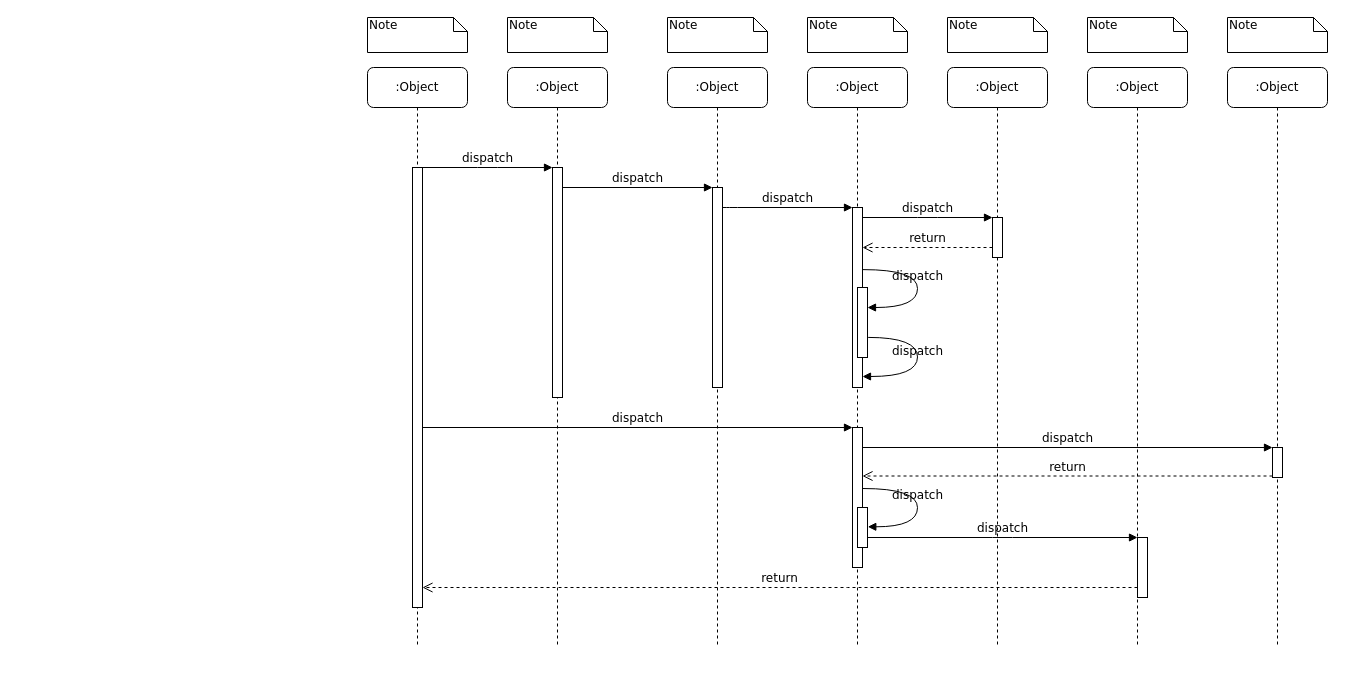
luxiao/drawio keeps this draw.io diagram as radius/802.1x.drawio. Above is the earlier version. Source tidied: cells renumbered, new cells numbered last; positions are measured from the earlier drawing's top-left corner, leaving out a move shared by most shapes. Both pictures are drawn from the tidied source at 100%, with x=0, y=0 at pixel (367, 17).
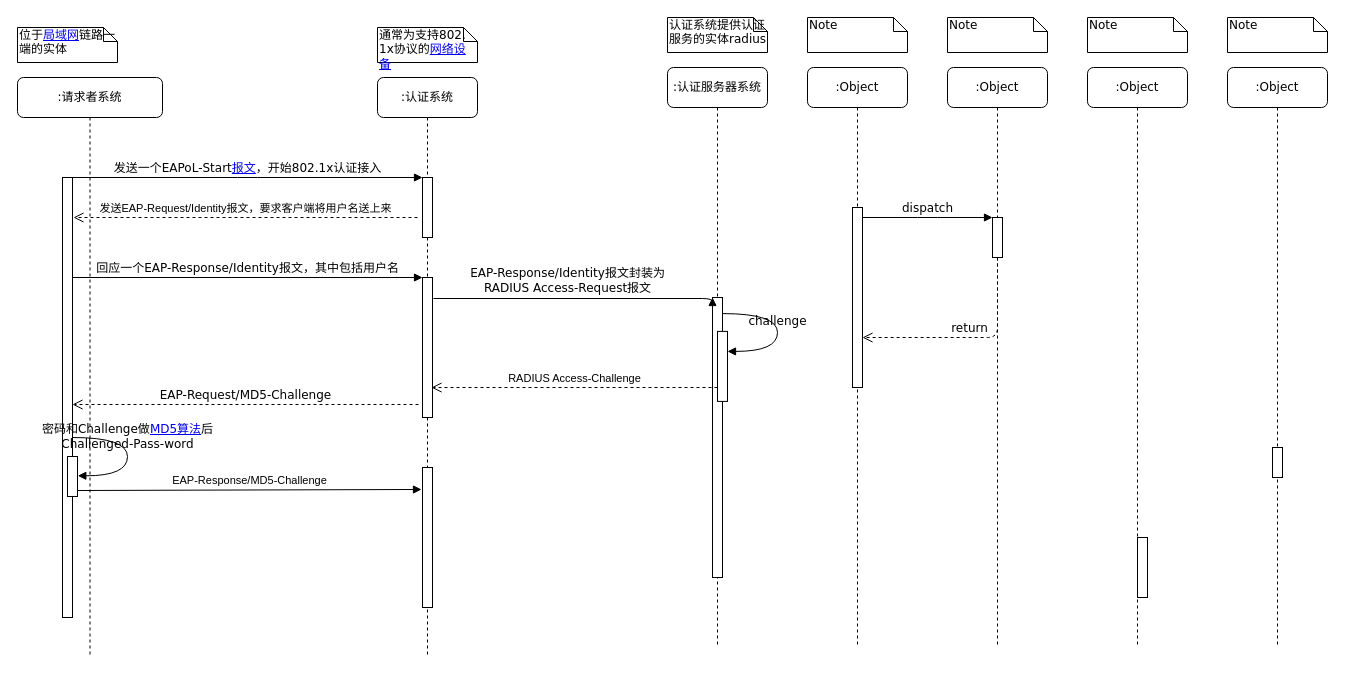
Above is the later version.

The change refers to these unchanged cells:
```xml
<mxCell id="11" style="html=1;points=[];perimeter=orthogonalPerimeter;rounded=0;shadow=0;comic=0;labelBackgroundColor=none;strokeWidth=1;fontFamily=Verdana;fontSize=12;align=center;" parent="10" vertex="1">
  <mxGeometry x="45" y="100" width="10" height="440" as="geometry" />
</mxCell>
<mxCell id="12" style="html=1;points=[];perimeter=orthogonalPerimeter;rounded=0;shadow=0;comic=0;labelBackgroundColor=none;strokeWidth=1;fontFamily=Verdana;fontSize=12;align=center;" parent="1" vertex="1">
  <mxGeometry x="485" y="190" width="10" height="180" as="geometry" />
</mxCell>
<mxCell id="14" style="html=1;points=[];perimeter=orthogonalPerimeter;rounded=0;shadow=0;comic=0;labelBackgroundColor=none;strokeWidth=1;fontFamily=Verdana;fontSize=12;align=center;" parent="1" vertex="1">
  <mxGeometry x="625" y="200" width="10" height="40" as="geometry" />
</mxCell>
<mxCell id="19" style="html=1;points=[];perimeter=orthogonalPerimeter;rounded=0;shadow=0;comic=0;labelBackgroundColor=none;strokeColor=#000000;strokeWidth=1;fillColor=#FFFFFF;fontFamily=Verdana;fontSize=12;fontColor=#000000;align=center;" parent="1" vertex="1">
  <mxGeometry x="905" y="430" width="10" height="30" as="geometry" />
</mxCell>
<mxCell id="22" style="html=1;points=[];perimeter=orthogonalPerimeter;rounded=0;shadow=0;comic=0;labelBackgroundColor=none;strokeWidth=1;fontFamily=Verdana;fontSize=12;align=center;" parent="1" vertex="1">
  <mxGeometry x="770" y="520" width="10" height="60" as="geometry" />
</mxCell>
```

Change to the diagram source:
```diff
@@
-    <mxCell id="2" value=":Object" style="shape=umlLifeline;perimeter=lifelinePerimeter;whiteSpace=wrap;html=1;rounded=1;shadow=0;comic=0;labelBackgroundColor=none;strokeWidth=1;fontFamily=Verdana;fontSize=12;align=center;" parent="1" vertex="1">
-      <mxGeometry x="140" y="50" width="100" height="580" as="geometry" />
+    <mxCell id="2" value=":认证系统" style="shape=umlLifeline;perimeter=lifelinePerimeter;whiteSpace=wrap;html=1;rounded=1;shadow=0;comic=0;labelBackgroundColor=none;strokeWidth=1;fontFamily=Verdana;fontSize=12;align=center;" parent="1" vertex="1">
+      <mxGeometry x="10" y="60" width="100" height="580" as="geometry" />
     </mxCell>
     <mxCell id="3" style="html=1;points=[];perimeter=orthogonalPerimeter;rounded=0;shadow=0;comic=0;labelBackgroundColor=none;strokeWidth=1;fontFamily=Verdana;fontSize=12;align=center;" parent="2" vertex="1">
-      <mxGeometry x="45" y="100" width="10" height="230" as="geometry" />
+      <mxGeometry x="45" y="100" width="10" height="60" as="geometry" />
     </mxCell>
+    <mxCell id="17" style="html=1;points=[];perimeter=orthogonalPerimeter;rounded=0;shadow=0;comic=0;labelBackgroundColor=none;strokeWidth=1;fontFamily=Verdana;fontSize=12;align=center;" parent="2" vertex="1">
+      <mxGeometry x="45" y="200" width="10" height="140" as="geometry" />
+    </mxCell>
+    <mxCell id="39" style="html=1;points=[];perimeter=orthogonalPerimeter;rounded=0;shadow=0;comic=0;labelBackgroundColor=none;strokeWidth=1;fontFamily=Verdana;fontSize=12;align=center;" parent="2" vertex="1">
+      <mxGeometry x="45" y="390" width="10" height="140" as="geometry" />
+    </mxCell>
-    <mxCell id="4" value=":Object" style="shape=umlLifeline;perimeter=lifelinePerimeter;whiteSpace=wrap;html=1;rounded=1;shadow=0;comic=0;labelBackgroundColor=none;strokeWidth=1;fontFamily=Verdana;fontSize=12;align=center;" parent="1" vertex="1">
+    <mxCell id="4" value=":认证服务器系统" style="shape=umlLifeline;perimeter=lifelinePerimeter;whiteSpace=wrap;html=1;rounded=1;shadow=0;comic=0;labelBackgroundColor=none;strokeWidth=1;fontFamily=Verdana;fontSize=12;align=center;" parent="1" vertex="1">
       <mxGeometry x="300" y="50" width="100" height="580" as="geometry" />
     </mxCell>
     <mxCell id="5" style="html=1;points=[];perimeter=orthogonalPerimeter;rounded=0;shadow=0;comic=0;labelBackgroundColor=none;strokeWidth=1;fontFamily=Verdana;fontSize=12;align=center;" parent="4" vertex="1">
-      <mxGeometry x="45" y="120" width="10" height="200" as="geometry" />
+      <mxGeometry x="45" y="230" width="10" height="280" as="geometry" />
     </mxCell>
@@
-    <mxCell id="10" value=":Object" style="shape=umlLifeline;perimeter=lifelinePerimeter;whiteSpace=wrap;html=1;rounded=1;shadow=0;comic=0;labelBackgroundColor=none;strokeWidth=1;fontFamily=Verdana;fontSize=12;align=center;" parent="1" vertex="1">
-      <mxGeometry y="50" width="100" height="580" as="geometry" />
+    <mxCell id="10" value=":请求者系统" style="shape=umlLifeline;perimeter=lifelinePerimeter;whiteSpace=wrap;html=1;rounded=1;shadow=0;comic=0;labelBackgroundColor=none;strokeWidth=1;fontFamily=Verdana;fontSize=12;align=center;" parent="1" vertex="1">
+      <mxGeometry x="-350" y="60" width="145" height="580" as="geometry" />
     </mxCell>
@@
+    <mxCell id="31" value="&lt;div&gt;密码和Challenge做&lt;a target=&quot;_blank&quot; href=&quot;https://baike.baidu.com/item/MD5%E7%AE%97%E6%B3%95/174909&quot;&gt;MD5算法&lt;/a&gt;后&lt;/div&gt;&lt;div&gt;Challenged-Pass-word&lt;/div&gt;" style="html=1;verticalAlign=bottom;endArrow=block;labelBackgroundColor=none;fontFamily=Verdana;fontSize=12;elbow=vertical;edgeStyle=orthogonalEdgeStyle;curved=1;entryX=1;entryY=0.286;entryPerimeter=0;exitX=1.038;exitY=0.345;exitPerimeter=0;" parent="10" edge="1">
+      <mxGeometry relative="1" as="geometry">
+        <mxPoint x="55.3" y="360" as="sourcePoint" />
+        <mxPoint x="60.3" y="398.3" as="targetPoint" />
+        <Array as="points">
+          <mxPoint x="110" y="360" />
+          <mxPoint x="110" y="398" />
+        </Array>
+      </mxGeometry>
+    </mxCell>
+    <mxCell id="30" style="html=1;points=[];perimeter=orthogonalPerimeter;rounded=0;shadow=0;comic=0;labelBackgroundColor=none;strokeWidth=1;fontFamily=Verdana;fontSize=12;align=center;" parent="10" vertex="1">
+      <mxGeometry x="50" y="379" width="10" height="40" as="geometry" />
+    </mxCell>
@@
-    <mxCell id="13" value="dispatch" style="html=1;verticalAlign=bottom;endArrow=block;labelBackgroundColor=none;fontFamily=Verdana;fontSize=12;edgeStyle=elbowEdgeStyle;elbow=vertical;" parent="1" edge="1" source="5" target="12">
-      <mxGeometry relative="1" as="geometry">
-        <Array as="points">
-          <mxPoint x="360" y="190" />
-        </Array>
-      </mxGeometry>
-    </mxCell>
@@
     <mxCell id="16" value="return" style="html=1;verticalAlign=bottom;endArrow=open;dashed=1;endSize=8;labelBackgroundColor=none;fontFamily=Verdana;fontSize=12;edgeStyle=elbowEdgeStyle;elbow=vertical;" parent="1" edge="1" source="14" target="12">
       <mxGeometry relative="1" as="geometry">
         <Array as="points">
+          <mxPoint x="540" y="320" />
           <mxPoint x="570" y="230" />
           <mxPoint x="600" y="230" />
         </Array>
       </mxGeometry>
     </mxCell>
-    <mxCell id="17" style="html=1;points=[];perimeter=orthogonalPerimeter;rounded=0;shadow=0;comic=0;labelBackgroundColor=none;strokeWidth=1;fontFamily=Verdana;fontSize=12;align=center;" parent="1" vertex="1">
-      <mxGeometry x="485" y="410" width="10" height="140" as="geometry" />
-    </mxCell>
-    <mxCell id="18" value="dispatch" style="html=1;verticalAlign=bottom;endArrow=block;entryX=0;entryY=0;labelBackgroundColor=none;fontFamily=Verdana;fontSize=12;" parent="1" edge="1" source="11" target="17">
+    <mxCell id="18" value="回应一个EAP-Response/Identity报文，其中包括用户名" style="html=1;verticalAlign=bottom;endArrow=block;entryX=0;entryY=0;labelBackgroundColor=none;fontFamily=Verdana;fontSize=12;" parent="1" edge="1" source="11" target="17">
       <mxGeometry relative="1" as="geometry" />
     </mxCell>
@@
-    <mxCell id="20" value="dispatch" style="html=1;verticalAlign=bottom;endArrow=block;entryX=0;entryY=0;labelBackgroundColor=none;fontFamily=Verdana;fontSize=12;" parent="1" edge="1" source="17" target="19">
-      <mxGeometry relative="1" as="geometry" />
-    </mxCell>
-    <mxCell id="21" value="return" style="html=1;verticalAlign=bottom;endArrow=open;dashed=1;endSize=8;exitX=0;exitY=0.95;labelBackgroundColor=none;fontFamily=Verdana;fontSize=12;" parent="1" edge="1" source="19" target="17">
-      <mxGeometry relative="1" as="geometry" />
-    </mxCell>
@@
-    <mxCell id="23" value="dispatch" style="html=1;verticalAlign=bottom;endArrow=block;entryX=0;entryY=0;labelBackgroundColor=none;fontFamily=Verdana;fontSize=12;edgeStyle=elbowEdgeStyle;elbow=vertical;" parent="1" edge="1" source="30" target="22">
-      <mxGeometry relative="1" as="geometry" />
-    </mxCell>
-    <mxCell id="24" value="return" style="html=1;verticalAlign=bottom;endArrow=open;dashed=1;endSize=8;labelBackgroundColor=none;fontFamily=Verdana;fontSize=12;edgeStyle=elbowEdgeStyle;elbow=vertical;" parent="1" edge="1" source="22" target="11">
+    <mxCell id="24" value="EAP-Request/MD5-Challenge" style="html=1;verticalAlign=bottom;endArrow=open;dashed=1;endSize=8;labelBackgroundColor=none;fontFamily=Verdana;fontSize=12;edgeStyle=elbowEdgeStyle;elbow=vertical;exitX=-0.4;exitY=0.907;exitDx=0;exitDy=0;exitPerimeter=0;" parent="1" edge="1" source="17" target="11">
       <mxGeometry relative="1" as="geometry">
         <Array as="points">
-          <mxPoint x="470" y="570" />
+          <mxPoint x="-30" y="387" />
         </Array>
       </mxGeometry>
     </mxCell>
-    <mxCell id="25" value="dispatch" style="html=1;verticalAlign=bottom;endArrow=block;entryX=0;entryY=0;labelBackgroundColor=none;fontFamily=Verdana;fontSize=12;edgeStyle=elbowEdgeStyle;elbow=vertical;" parent="1" edge="1" source="11" target="3">
+    <mxCell id="25" value="发送一个EAPoL-Start&lt;a target=&quot;_blank&quot; href=&quot;https://baike.baidu.com/item/%E6%8A%A5%E6%96%87&quot;&gt;报文&lt;/a&gt;，开始802.1x认证接入" style="html=1;verticalAlign=bottom;endArrow=block;entryX=0;entryY=0;labelBackgroundColor=none;fontFamily=Verdana;fontSize=12;edgeStyle=elbowEdgeStyle;elbow=vertical;" parent="1" edge="1" source="11" target="3">
       <mxGeometry relative="1" as="geometry" />
     </mxCell>
-    <mxCell id="26" value="dispatch" style="html=1;verticalAlign=bottom;endArrow=block;entryX=0;entryY=0;labelBackgroundColor=none;fontFamily=Verdana;fontSize=12;edgeStyle=elbowEdgeStyle;elbow=vertical;" parent="1" edge="1" source="3" target="5">
-      <mxGeometry relative="1" as="geometry" />
+    <mxCell id="26" value="&lt;div&gt;EAP-Response/Identity报文封装为&lt;/div&gt;&lt;div&gt;RADIUS Access-Request报文&lt;/div&gt;" style="html=1;verticalAlign=bottom;endArrow=block;entryX=0;entryY=0;labelBackgroundColor=none;fontFamily=Verdana;fontSize=12;edgeStyle=elbowEdgeStyle;elbow=vertical;exitX=1.1;exitY=0.15;exitDx=0;exitDy=0;exitPerimeter=0;" parent="1" edge="1" source="17" target="5">
+      <mxGeometry x="-0.04" y="1" relative="1" as="geometry" />
     </mxCell>
     <mxCell id="27" style="html=1;points=[];perimeter=orthogonalPerimeter;rounded=0;shadow=0;comic=0;labelBackgroundColor=none;strokeWidth=1;fontFamily=Verdana;fontSize=12;align=center;" parent="1" vertex="1">
-      <mxGeometry x="490" y="270" width="10" height="70" as="geometry" />
+      <mxGeometry x="350" y="313.9" width="10" height="70" as="geometry" />
     </mxCell>
-    <mxCell id="28" value="dispatch" style="html=1;verticalAlign=bottom;endArrow=block;labelBackgroundColor=none;fontFamily=Verdana;fontSize=12;elbow=vertical;edgeStyle=orthogonalEdgeStyle;curved=1;entryX=1;entryY=0.286;entryPerimeter=0;exitX=1.038;exitY=0.345;exitPerimeter=0;" parent="1" edge="1" source="12" target="27">
+    <mxCell id="28" value="challenge" style="html=1;verticalAlign=bottom;endArrow=block;labelBackgroundColor=none;fontFamily=Verdana;fontSize=12;elbow=vertical;edgeStyle=orthogonalEdgeStyle;curved=1;entryX=1;entryY=0.286;entryPerimeter=0;exitX=1.038;exitY=0.345;exitPerimeter=0;" parent="1" edge="1" target="27">
       <mxGeometry relative="1" as="geometry">
+        <mxPoint x="355.4" y="296.1" as="sourcePoint" />
         <Array as="points">
-          <mxPoint x="550" y="252" />
-          <mxPoint x="550" y="290" />
+          <mxPoint x="410" y="295.9" />
+          <mxPoint x="410" y="333.9" />
         </Array>
       </mxGeometry>
     </mxCell>
-    <mxCell id="29" value="dispatch" style="html=1;verticalAlign=bottom;endArrow=block;labelBackgroundColor=none;fontFamily=Verdana;fontSize=12;elbow=vertical;edgeStyle=orthogonalEdgeStyle;curved=1;exitX=1.066;exitY=0.713;exitPerimeter=0;" parent="1" edge="1" source="27">
-      <mxGeometry relative="1" as="geometry">
-        <mxPoint x="495" y="359" as="targetPoint" />
-        <Array as="points">
-          <mxPoint x="550" y="320" />
-          <mxPoint x="550" y="359" />
-        </Array>
-      </mxGeometry>
-    </mxCell>
-    <mxCell id="30" style="html=1;points=[];perimeter=orthogonalPerimeter;rounded=0;shadow=0;comic=0;labelBackgroundColor=none;strokeWidth=1;fontFamily=Verdana;fontSize=12;align=center;" parent="1" vertex="1">
-      <mxGeometry x="490" y="490" width="10" height="40" as="geometry" />
-    </mxCell>
-    <mxCell id="31" value="dispatch" style="html=1;verticalAlign=bottom;endArrow=block;labelBackgroundColor=none;fontFamily=Verdana;fontSize=12;elbow=vertical;edgeStyle=orthogonalEdgeStyle;curved=1;entryX=1;entryY=0.286;entryPerimeter=0;exitX=1.038;exitY=0.345;exitPerimeter=0;" parent="1" edge="1">
-      <mxGeometry relative="1" as="geometry">
-        <mxPoint x="495.3" y="471" as="sourcePoint" />
-        <mxPoint x="500.3" y="509.3" as="targetPoint" />
-        <Array as="points">
-          <mxPoint x="550" y="471" />
-          <mxPoint x="550" y="509" />
-        </Array>
-      </mxGeometry>
-    </mxCell>
-    <mxCell id="32" value="Note" style="shape=note;whiteSpace=wrap;html=1;size=14;verticalAlign=top;align=left;spacingTop=-6;rounded=0;shadow=0;comic=0;labelBackgroundColor=none;strokeWidth=1;fontFamily=Verdana;fontSize=12;" parent="1" vertex="1">
-      <mxGeometry width="100" height="35" as="geometry" />
+    <mxCell id="32" value="位于&lt;a target=&quot;_blank&quot; href=&quot;https://baike.baidu.com/item/%E5%B1%80%E5%9F%9F%E7%BD%91&quot;&gt;局域网&lt;/a&gt;链路一端的实体" style="shape=note;whiteSpace=wrap;html=1;size=14;verticalAlign=top;align=left;spacingTop=-6;rounded=0;shadow=0;comic=0;labelBackgroundColor=none;strokeWidth=1;fontFamily=Verdana;fontSize=12;" parent="1" vertex="1">
+      <mxGeometry x="-350" y="10" width="100" height="35" as="geometry" />
     </mxCell>
-    <mxCell id="33" value="Note" style="shape=note;whiteSpace=wrap;html=1;size=14;verticalAlign=top;align=left;spacingTop=-6;rounded=0;shadow=0;comic=0;labelBackgroundColor=none;strokeWidth=1;fontFamily=Verdana;fontSize=12;" parent="1" vertex="1">
-      <mxGeometry x="140" width="100" height="35" as="geometry" />
+    <mxCell id="33" value="通常为支持802. 1x协议的&lt;a target=&quot;_blank&quot; href=&quot;https://baike.baidu.com/item/%E7%BD%91%E7%BB%9C%E8%AE%BE%E5%A4%87&quot;&gt;网络设备&lt;/a&gt;" style="shape=note;whiteSpace=wrap;html=1;size=14;verticalAlign=top;align=left;spacingTop=-6;rounded=0;shadow=0;comic=0;labelBackgroundColor=none;strokeWidth=1;fontFamily=Verdana;fontSize=12;" parent="1" vertex="1">
+      <mxGeometry x="10" y="10" width="100" height="35" as="geometry" />
     </mxCell>
-    <mxCell id="34" value="Note" style="shape=note;whiteSpace=wrap;html=1;size=14;verticalAlign=top;align=left;spacingTop=-6;rounded=0;shadow=0;comic=0;labelBackgroundColor=none;strokeWidth=1;fontFamily=Verdana;fontSize=12;" parent="1" vertex="1">
+    <mxCell id="34" value="认证系统提供认证服务的实体radius" style="shape=note;whiteSpace=wrap;html=1;size=14;verticalAlign=top;align=left;spacingTop=-6;rounded=0;shadow=0;comic=0;labelBackgroundColor=none;strokeWidth=1;fontFamily=Verdana;fontSize=12;" parent="1" vertex="1">
       <mxGeometry x="300" width="100" height="35" as="geometry" />
     </mxCell>
@@
+    <mxCell id="40" value="发送EAP-Request/Identity报文，要求客户端将用户名送上来" style="html=1;verticalAlign=bottom;endArrow=open;dashed=1;endSize=8;" parent="1" edge="1">
+      <mxGeometry relative="1" as="geometry">
+        <mxPoint x="50" y="200" as="sourcePoint" />
+        <mxPoint x="-294" y="200" as="targetPoint" />
+      </mxGeometry>
+    </mxCell>
+    <mxCell id="41" value="RADIUS Access-Challenge" style="html=1;verticalAlign=bottom;endArrow=open;dashed=1;endSize=8;entryX=0.9;entryY=0.786;entryDx=0;entryDy=0;entryPerimeter=0;" parent="1" edge="1" target="17">
+      <mxGeometry relative="1" as="geometry">
+        <mxPoint x="350" y="370" as="sourcePoint" />
+      </mxGeometry>
+    </mxCell>
+    <mxCell id="42" value="EAP-Response/MD5-Challenge" style="html=1;verticalAlign=bottom;endArrow=block;exitX=1;exitY=0.85;exitDx=0;exitDy=0;exitPerimeter=0;entryX=-0.1;entryY=0.157;entryDx=0;entryDy=0;entryPerimeter=0;" parent="1" edge="1" source="30" target="39">
+      <mxGeometry relative="1" as="geometry" />
+    </mxCell>
```
